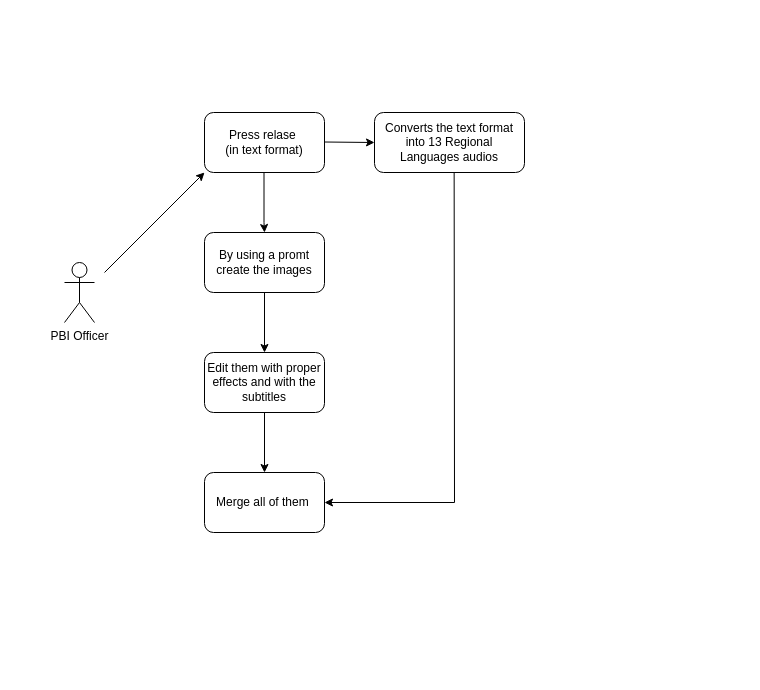
Earlier version of the draw.io diagram Untitled Diagram.drawio (yashwanth-3000/Pokemon). Source tidied: cells renumbered, new cells numbered last; positions are measured from the earlier drawing's top-left corner, leaving out a move shared by most shapes. Both pictures are drawn from the tidied source at 100%, with x=0, y=0 at pixel (64, 112).
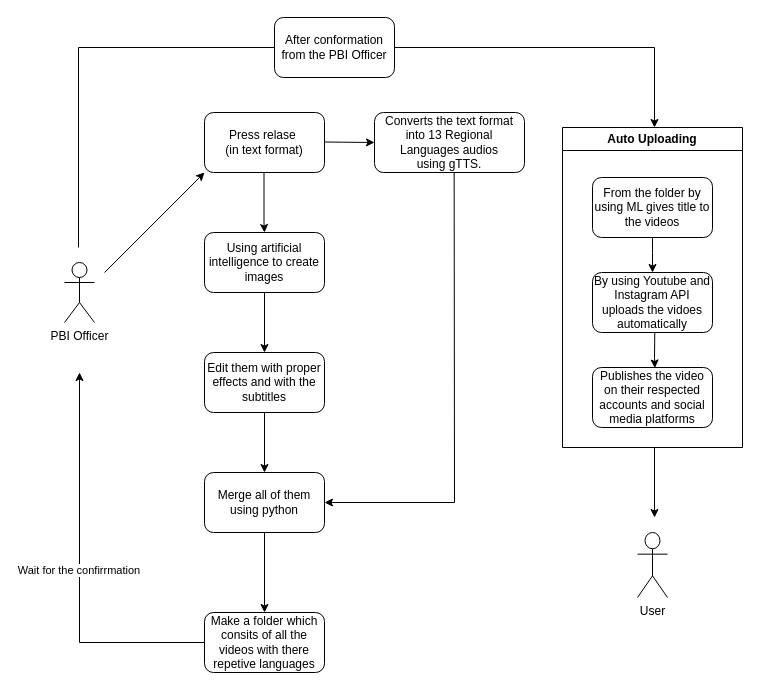
Above is the later version.

Change to the diagram source:
```diff
@@
-    <mxCell id="6" value="Converts the text format into 13 Regional Languages&amp;nbsp;audios" style="rounded=1;whiteSpace=wrap;html=1;" parent="1" vertex="1">
+    <mxCell id="6" value="Converts the text format into 13 Regional Languages&amp;nbsp;audios using&amp;nbsp;gTTS. " style="rounded=1;whiteSpace=wrap;html=1;" parent="1" vertex="1">
       <mxGeometry x="310" width="150" height="60" as="geometry" />
     </mxCell>
@@
-    <mxCell id="9" value="By using a promt create the images" style="rounded=1;whiteSpace=wrap;html=1;" parent="1" vertex="1">
+    <mxCell id="9" value="Using artificial intelligence to create images" style="rounded=1;whiteSpace=wrap;html=1;" parent="1" vertex="1">
       <mxGeometry x="140" y="120" width="120" height="60" as="geometry" />
     </mxCell>
@@
+    <mxCell id="14" style="edgeStyle=orthogonalEdgeStyle;rounded=0;jettySize=auto;html=1;" parent="1" edge="1" source="12" target="15">
+      <mxGeometry relative="1" as="geometry" />
+    </mxCell>
-    <mxCell id="12" value="Merge all of them&amp;nbsp;" style="rounded=1;whiteSpace=wrap;html=1;" parent="1" vertex="1">
+    <mxCell id="12" value="Merge all of them using python" style="rounded=1;whiteSpace=wrap;html=1;" parent="1" vertex="1">
       <mxGeometry x="140" y="360" width="120" height="60" as="geometry" />
     </mxCell>
@@
+    <mxCell id="15" value="Make a folder which consits of all the videos with there repetive&amp;nbsp;languages" style="whiteSpace=wrap;html=1;rounded=1;" parent="1" vertex="1">
+      <mxGeometry x="140" y="500" width="120" height="60" as="geometry" />
+    </mxCell>
+    <mxCell id="16" style="endArrow=classic;html=1;rounded=0;exitX=0;exitY=0.5;exitDx=0;exitDy=0;" parent="1" edge="1" source="15">
+      <mxGeometry relative="1" as="geometry">
+        <mxPoint x="15" y="260" as="targetPoint" />
+        <Array as="points">
+          <mxPoint x="15" y="530" />
+        </Array>
+      </mxGeometry>
+    </mxCell>
+    <mxCell id="17" value="Wait for the confirrmation&amp;nbsp;" style="edgeLabel;html=1;align=center;verticalAlign=middle;" parent="16" vertex="1">
+      <mxGeometry relative="1" as="geometry" />
+    </mxCell>
+    <mxCell id="18" style="endArrow=none;html=1;rounded=0;endFill=0;" parent="1" edge="1">
+      <mxGeometry relative="1" as="geometry">
+        <mxPoint x="14" y="135" as="sourcePoint" />
+        <mxPoint x="590" y="-65" as="targetPoint" />
+        <Array as="points">
+          <mxPoint x="14" y="-65" />
+        </Array>
+      </mxGeometry>
+    </mxCell>
+    <mxCell id="19" style="endArrow=classic;html=1;rounded=0;" parent="1" edge="1">
+      <mxGeometry relative="1" as="geometry">
+        <mxPoint x="590" y="-65" as="sourcePoint" />
+        <mxPoint x="590" y="15" as="targetPoint" />
+      </mxGeometry>
+    </mxCell>
+    <mxCell id="20" value="After conformation from the PBI Officer" style="rounded=1;whiteSpace=wrap;html=1;" parent="1" vertex="1">
+      <mxGeometry x="210" y="-95" width="120" height="60" as="geometry" />
+    </mxCell>
+    <mxCell id="21" value="Auto Uploading" style="swimlane;whiteSpace=wrap;html=1;" parent="1" vertex="1">
+      <mxGeometry x="498" y="15" width="180" height="320" as="geometry" />
+    </mxCell>
+    <mxCell id="22" value="From the folder by using ML gives title to the videos" style="rounded=1;whiteSpace=wrap;html=1;" parent="21" vertex="1">
+      <mxGeometry x="30" y="50" width="120" height="60" as="geometry" />
+    </mxCell>
+    <mxCell id="23" value="By using Youtube and Instagram API uploads the vidoes automatically" style="rounded=1;whiteSpace=wrap;html=1;" parent="21" vertex="1">
+      <mxGeometry x="30" y="145" width="120" height="60" as="geometry" />
+    </mxCell>
+    <mxCell id="24" style="endArrow=classic;html=1;rounded=0;entryX=0.5;entryY=0;entryDx=0;entryDy=0;exitX=0.5;exitY=1;exitDx=0;exitDy=0;" parent="21" edge="1" source="22" target="23">
+      <mxGeometry relative="1" as="geometry">
+        <Array as="points">
+          <mxPoint x="90" y="125" />
+        </Array>
+      </mxGeometry>
+    </mxCell>
+    <mxCell id="25" value="Publishes the video on their respected accounts and social media platforms" style="rounded=1;whiteSpace=wrap;html=1;" parent="21" vertex="1">
+      <mxGeometry x="30" y="240" width="120" height="60" as="geometry" />
+    </mxCell>
+    <mxCell id="26" style="endArrow=classic;html=1;rounded=0;exitX=0.519;exitY=1.004;exitDx=0;exitDy=0;entryX=0.52;entryY=0.008;entryDx=0;entryDy=0;exitPerimeter=0;entryPerimeter=0;" parent="21" edge="1" source="23" target="25">
+      <mxGeometry relative="1" as="geometry">
+        <Array as="points">
+          <mxPoint x="92" y="230" />
+        </Array>
+      </mxGeometry>
+    </mxCell>
+    <mxCell id="27" value="User&lt;br&gt;" style="shape=umlActor;verticalLabelPosition=bottom;verticalAlign=top;html=1;" parent="1" vertex="1">
+      <mxGeometry x="573" y="420" width="30" height="65" as="geometry" />
+    </mxCell>
+    <mxCell id="28" style="endArrow=classic;html=1;rounded=0;" parent="1" edge="1">
+      <mxGeometry relative="1" as="geometry">
+        <mxPoint x="590" y="335" as="sourcePoint" />
+        <mxPoint x="590" y="405" as="targetPoint" />
+      </mxGeometry>
+    </mxCell>
```
